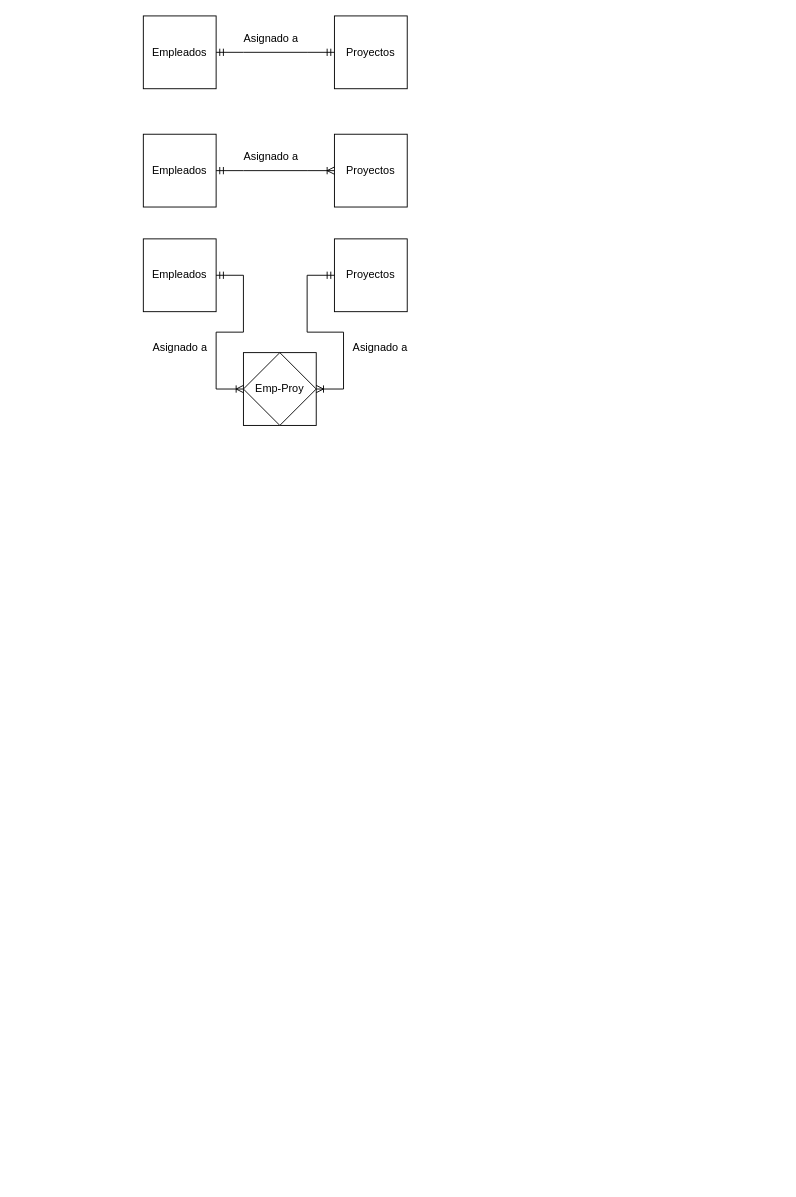
This is Ejercicio1.drawio from Daniel-Ceriana/BD1, a draw.io file, before an edit. Source tidied: cells renumbered, new cells numbered last; positions are measured from the earlier drawing's top-left corner, leaving out a move shared by most shapes. Both pictures are drawn from the tidied source at 91%, with x=0, y=0 at pixel (143, 15).
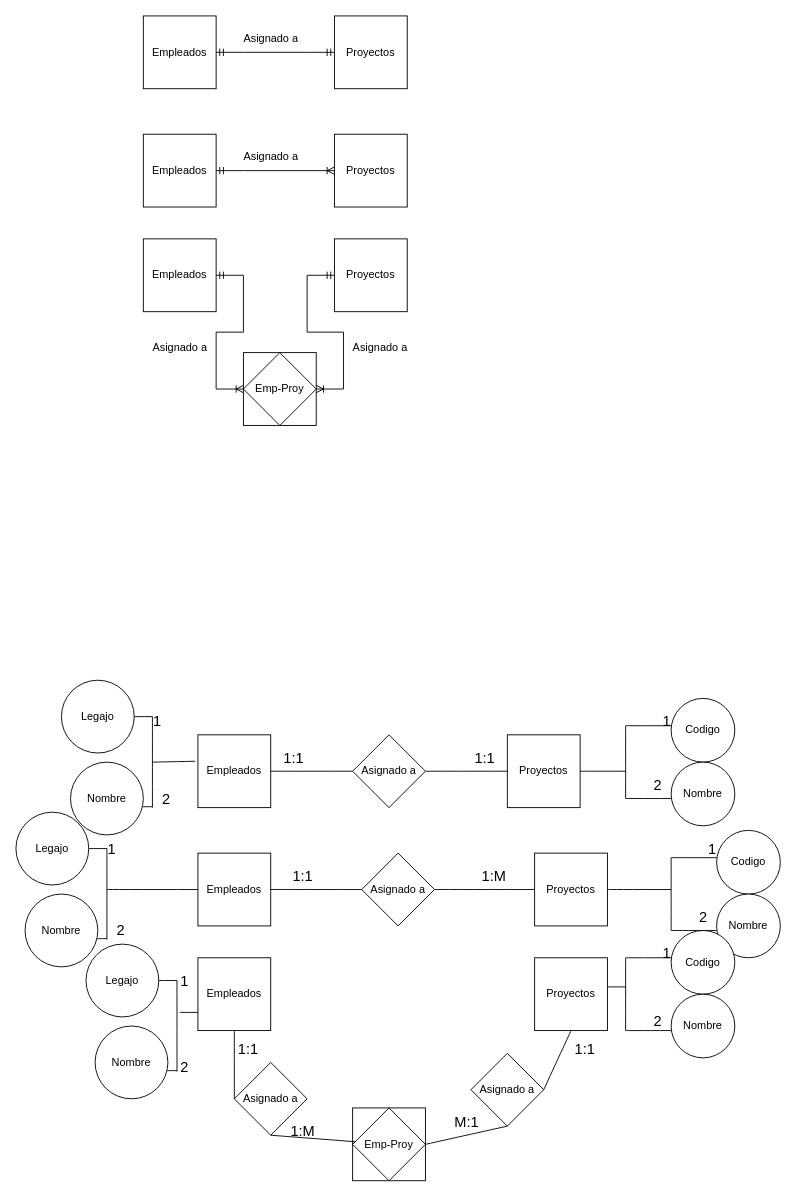
The same page after the edit.

Change to the diagram source:
```diff
@@
+    <mxCell id="18" value="Proyectos" style="whiteSpace=wrap;html=1;" parent="1" vertex="1">
+      <mxGeometry x="400" y="790" width="80" height="80" as="geometry" />
+    </mxCell>
+    <mxCell id="19" value="Empleados" style="whiteSpace=wrap;html=1;" parent="1" vertex="1">
+      <mxGeometry x="60" y="790" width="80" height="80" as="geometry" />
+    </mxCell>
+    <mxCell id="20" value="Proyectos" style="whiteSpace=wrap;html=1;" parent="1" vertex="1">
+      <mxGeometry x="430" y="920" width="80" height="80" as="geometry" />
+    </mxCell>
+    <mxCell id="21" value="Empleados" style="whiteSpace=wrap;html=1;" parent="1" vertex="1">
+      <mxGeometry x="60" y="920" width="80" height="80" as="geometry" />
+    </mxCell>
+    <mxCell id="22" value="Proyectos" style="whiteSpace=wrap;html=1;" parent="1" vertex="1">
+      <mxGeometry x="430" y="1035" width="80" height="80" as="geometry" />
+    </mxCell>
+    <mxCell id="23" value="Empleados" style="whiteSpace=wrap;html=1;" parent="1" vertex="1">
+      <mxGeometry x="60" y="1035" width="80" height="80" as="geometry" />
+    </mxCell>
+    <mxCell id="24" style="whiteSpace=wrap;html=1;" parent="1" vertex="1">
+      <mxGeometry x="230" y="1200" width="80" height="80" as="geometry" />
+    </mxCell>
+    <mxCell id="25" value="Emp-Proy" style="rhombus;whiteSpace=wrap;html=1;" parent="1" vertex="1">
+      <mxGeometry x="230" y="1200" width="80" height="80" as="geometry" />
+    </mxCell>
+    <mxCell id="26" value="Asignado a" style="rhombus;whiteSpace=wrap;html=1;" parent="1" vertex="1">
+      <mxGeometry x="230" y="790" width="80" height="80" as="geometry" />
+    </mxCell>
+    <mxCell id="27" value="Asignado a" style="rhombus;whiteSpace=wrap;html=1;" parent="1" vertex="1">
+      <mxGeometry x="100" y="1150" width="80" height="80" as="geometry" />
+    </mxCell>
+    <mxCell id="28" value="Asignado a" style="rhombus;whiteSpace=wrap;html=1;" parent="1" vertex="1">
+      <mxGeometry x="360" y="1140" width="80" height="80" as="geometry" />
+    </mxCell>
+    <mxCell id="29" value="Asignado a" style="rhombus;whiteSpace=wrap;html=1;" parent="1" vertex="1">
+      <mxGeometry x="240" y="920" width="80" height="80" as="geometry" />
+    </mxCell>
+    <mxCell id="30" style="endArrow=none;html=1;rounded=0;fontSize=12;startSize=8;endSize=8;curved=1;exitX=1;exitY=0.5;exitDx=0;exitDy=0;entryX=0;entryY=0.5;entryDx=0;entryDy=0;" parent="1" edge="1" source="19" target="26">
+      <mxGeometry relative="1" as="geometry" />
+    </mxCell>
+    <mxCell id="31" style="endArrow=none;html=1;rounded=0;fontSize=12;startSize=8;endSize=8;curved=1;exitX=1;exitY=0.5;exitDx=0;exitDy=0;entryX=0;entryY=0.5;entryDx=0;entryDy=0;" parent="1" edge="1" source="26" target="18">
+      <mxGeometry relative="1" as="geometry" />
+    </mxCell>
+    <mxCell id="32" value="1:1" style="text;html=1;align=center;verticalAlign=middle;strokeColor=none;fillColor=none;fontSize=16;" parent="1" vertex="1">
+      <mxGeometry x="140" y="800" width="50" height="30" as="geometry" />
+    </mxCell>
+    <mxCell id="33" value="1:1" style="text;html=1;align=center;verticalAlign=middle;strokeColor=none;fillColor=none;fontSize=16;" parent="1" vertex="1">
+      <mxGeometry x="350" y="800" width="50" height="30" as="geometry" />
+    </mxCell>
+    <mxCell id="34" value="1:1" style="text;html=1;align=center;verticalAlign=middle;strokeColor=none;fillColor=none;fontSize=16;" parent="1" vertex="1">
+      <mxGeometry x="150" y="930" width="50" height="30" as="geometry" />
+    </mxCell>
+    <mxCell id="35" value="1:M" style="text;html=1;align=center;verticalAlign=middle;strokeColor=none;fillColor=none;fontSize=16;" parent="1" vertex="1">
+      <mxGeometry x="360" y="930" width="50" height="30" as="geometry" />
+    </mxCell>
+    <mxCell id="36" style="endArrow=none;html=1;rounded=0;fontSize=12;startSize=8;endSize=8;curved=1;exitX=1;exitY=0.5;exitDx=0;exitDy=0;entryX=0;entryY=0.5;entryDx=0;entryDy=0;" parent="1" edge="1" source="21" target="29">
+      <mxGeometry relative="1" as="geometry" />
+    </mxCell>
+    <mxCell id="37" style="endArrow=none;html=1;rounded=0;fontSize=12;startSize=8;endSize=8;curved=1;exitX=1;exitY=0.5;exitDx=0;exitDy=0;entryX=0;entryY=0.5;entryDx=0;entryDy=0;" parent="1" edge="1" source="29" target="20">
+      <mxGeometry relative="1" as="geometry" />
+    </mxCell>
+    <mxCell id="38" value="M:1" style="text;html=1;align=center;verticalAlign=middle;strokeColor=none;fillColor=none;fontSize=16;" parent="1" vertex="1">
+      <mxGeometry x="330" y="1200" width="50" height="30" as="geometry" />
+    </mxCell>
+    <mxCell id="39" value="1:M" style="text;html=1;align=center;verticalAlign=middle;strokeColor=none;fillColor=none;fontSize=16;" parent="1" vertex="1">
+      <mxGeometry x="150" y="1210" width="50" height="30" as="geometry" />
+    </mxCell>
+    <mxCell id="40" style="endArrow=none;html=1;rounded=0;fontSize=12;startSize=8;endSize=8;curved=1;exitX=0.5;exitY=1;exitDx=0;exitDy=0;entryX=0;entryY=0.5;entryDx=0;entryDy=0;" parent="1" edge="1" source="23" target="27">
+      <mxGeometry relative="1" as="geometry" />
+    </mxCell>
+    <mxCell id="41" value="1:1" style="text;html=1;align=center;verticalAlign=middle;strokeColor=none;fillColor=none;fontSize=16;" parent="1" vertex="1">
+      <mxGeometry x="90" y="1120" width="50" height="30" as="geometry" />
+    </mxCell>
+    <mxCell id="42" value="1:1" style="text;html=1;align=center;verticalAlign=middle;strokeColor=none;fillColor=none;fontSize=16;" parent="1" vertex="1">
+      <mxGeometry x="460" y="1120" width="50" height="30" as="geometry" />
+    </mxCell>
+    <mxCell id="43" style="endArrow=none;html=1;rounded=0;fontSize=12;startSize=8;endSize=8;curved=1;exitX=0.5;exitY=1;exitDx=0;exitDy=0;" parent="1" edge="1" source="27" target="25">
+      <mxGeometry relative="1" as="geometry" />
+    </mxCell>
+    <mxCell id="44" style="endArrow=none;html=1;rounded=0;fontSize=12;startSize=8;endSize=8;curved=1;exitX=1;exitY=0.5;exitDx=0;exitDy=0;entryX=0.5;entryY=1;entryDx=0;entryDy=0;" parent="1" edge="1" source="25" target="28">
+      <mxGeometry relative="1" as="geometry" />
+    </mxCell>
+    <mxCell id="45" style="endArrow=none;html=1;rounded=0;fontSize=12;startSize=8;endSize=8;curved=1;exitX=0.5;exitY=1;exitDx=0;exitDy=0;entryX=1;entryY=0.5;entryDx=0;entryDy=0;" parent="1" edge="1" source="22" target="28">
+      <mxGeometry relative="1" as="geometry" />
+    </mxCell>
+    <mxCell id="46" value="Codigo" style="ellipse;whiteSpace=wrap;html=1;" parent="1" vertex="1">
+      <mxGeometry x="580" y="750" width="70" height="70" as="geometry" />
+    </mxCell>
+    <mxCell id="47" value="Nombre" style="ellipse;whiteSpace=wrap;html=1;" parent="1" vertex="1">
+      <mxGeometry x="580" y="820" width="70" height="70" as="geometry" />
+    </mxCell>
+    <mxCell id="48" value="Legajo" style="ellipse;whiteSpace=wrap;html=1;" parent="1" vertex="1">
+      <mxGeometry x="-90" y="730" width="80" height="80" as="geometry" />
+    </mxCell>
+    <mxCell id="49" value="Nombre" style="ellipse;whiteSpace=wrap;html=1;" parent="1" vertex="1">
+      <mxGeometry x="-80" y="820" width="80" height="80" as="geometry" />
+    </mxCell>
+    <mxCell id="50" style="endArrow=none;html=1;rounded=0;fontSize=12;startSize=8;endSize=8;curved=1;entryX=-0.037;entryY=0.363;entryDx=0;entryDy=0;entryPerimeter=0;" parent="1" edge="1" target="19">
+      <mxGeometry relative="1" as="geometry">
+        <mxPoint x="10" y="820" as="sourcePoint" />
+      </mxGeometry>
+    </mxCell>
+    <mxCell id="51" style="endArrow=none;html=1;rounded=0;fontSize=12;startSize=8;endSize=8;curved=1;" parent="1" edge="1">
+      <mxGeometry relative="1" as="geometry">
+        <mxPoint x="10" y="770" as="sourcePoint" />
+        <mxPoint x="10" y="870" as="targetPoint" />
+      </mxGeometry>
+    </mxCell>
+    <mxCell id="52" style="endArrow=none;html=1;rounded=0;fontSize=12;startSize=8;endSize=8;curved=1;exitX=1;exitY=0.5;exitDx=0;exitDy=0;" parent="1" edge="1" source="48">
+      <mxGeometry relative="1" as="geometry">
+        <mxPoint x="10" y="770" as="targetPoint" />
+      </mxGeometry>
+    </mxCell>
+    <mxCell id="53" style="endArrow=none;html=1;rounded=0;fontSize=12;startSize=8;endSize=8;curved=1;exitX=0.988;exitY=0.613;exitDx=0;exitDy=0;exitPerimeter=0;" parent="1" edge="1" source="49">
+      <mxGeometry relative="1" as="geometry">
+        <mxPoint x="10" y="869" as="targetPoint" />
+      </mxGeometry>
+    </mxCell>
+    <mxCell id="54" value="Legajo" style="ellipse;whiteSpace=wrap;html=1;" parent="1" vertex="1">
+      <mxGeometry x="-140" y="875" width="80" height="80" as="geometry" />
+    </mxCell>
+    <mxCell id="55" value="Nombre" style="ellipse;whiteSpace=wrap;html=1;" parent="1" vertex="1">
+      <mxGeometry x="-130" y="965" width="80" height="80" as="geometry" />
+    </mxCell>
+    <mxCell id="56" style="endArrow=none;html=1;rounded=0;fontSize=12;startSize=8;endSize=8;curved=1;" parent="1" edge="1">
+      <mxGeometry relative="1" as="geometry">
+        <mxPoint x="-40" y="915" as="sourcePoint" />
+        <mxPoint x="-40" y="1015" as="targetPoint" />
+      </mxGeometry>
+    </mxCell>
+    <mxCell id="57" style="endArrow=none;html=1;rounded=0;fontSize=12;startSize=8;endSize=8;curved=1;exitX=1;exitY=0.5;exitDx=0;exitDy=0;" parent="1" edge="1" source="54">
+      <mxGeometry relative="1" as="geometry">
+        <mxPoint x="-40" y="915" as="targetPoint" />
+      </mxGeometry>
+    </mxCell>
+    <mxCell id="58" style="endArrow=none;html=1;rounded=0;fontSize=12;startSize=8;endSize=8;curved=1;exitX=0.988;exitY=0.613;exitDx=0;exitDy=0;exitPerimeter=0;" parent="1" edge="1" source="55">
+      <mxGeometry relative="1" as="geometry">
+        <mxPoint x="-40" y="1014" as="targetPoint" />
+      </mxGeometry>
+    </mxCell>
+    <mxCell id="59" value="Legajo" style="ellipse;whiteSpace=wrap;html=1;" parent="1" vertex="1">
+      <mxGeometry x="-63" y="1020" width="80" height="80" as="geometry" />
+    </mxCell>
+    <mxCell id="60" value="Nombre" style="ellipse;whiteSpace=wrap;html=1;" parent="1" vertex="1">
+      <mxGeometry x="-53" y="1110" width="80" height="80" as="geometry" />
+    </mxCell>
+    <mxCell id="61" style="endArrow=none;html=1;rounded=0;fontSize=12;startSize=8;endSize=8;curved=1;" parent="1" edge="1">
+      <mxGeometry relative="1" as="geometry">
+        <mxPoint x="37" y="1060" as="sourcePoint" />
+        <mxPoint x="37" y="1160" as="targetPoint" />
+      </mxGeometry>
+    </mxCell>
+    <mxCell id="62" style="endArrow=none;html=1;rounded=0;fontSize=12;startSize=8;endSize=8;curved=1;exitX=1;exitY=0.5;exitDx=0;exitDy=0;" parent="1" edge="1" source="59">
+      <mxGeometry relative="1" as="geometry">
+        <mxPoint x="37" y="1060" as="targetPoint" />
+      </mxGeometry>
+    </mxCell>
+    <mxCell id="63" style="endArrow=none;html=1;rounded=0;fontSize=12;startSize=8;endSize=8;curved=1;exitX=0.988;exitY=0.613;exitDx=0;exitDy=0;exitPerimeter=0;" parent="1" edge="1" source="60">
+      <mxGeometry relative="1" as="geometry">
+        <mxPoint x="37" y="1159" as="targetPoint" />
+      </mxGeometry>
+    </mxCell>
+    <mxCell id="64" style="endArrow=none;html=1;rounded=0;fontSize=12;startSize=8;endSize=8;curved=1;entryX=0;entryY=0.5;entryDx=0;entryDy=0;" parent="1" edge="1" target="21">
+      <mxGeometry relative="1" as="geometry">
+        <mxPoint x="-40" y="960" as="sourcePoint" />
+      </mxGeometry>
+    </mxCell>
+    <mxCell id="65" style="endArrow=none;html=1;rounded=0;fontSize=12;startSize=8;endSize=8;curved=1;entryX=0;entryY=0.75;entryDx=0;entryDy=0;" parent="1" edge="1" target="23">
+      <mxGeometry relative="1" as="geometry">
+        <mxPoint x="40" y="1095" as="sourcePoint" />
+      </mxGeometry>
+    </mxCell>
+    <mxCell id="66" style="endArrow=none;html=1;rounded=0;fontSize=12;startSize=8;endSize=8;curved=1;exitX=1;exitY=0.5;exitDx=0;exitDy=0;" parent="1" edge="1" source="18">
+      <mxGeometry relative="1" as="geometry">
+        <mxPoint x="530" y="830" as="targetPoint" />
+      </mxGeometry>
+    </mxCell>
+    <mxCell id="67" style="endArrow=none;html=1;rounded=0;fontSize=12;startSize=8;endSize=8;curved=1;" parent="1" edge="1">
+      <mxGeometry relative="1" as="geometry">
+        <mxPoint x="530" y="780" as="sourcePoint" />
+        <mxPoint x="530" y="860" as="targetPoint" />
+      </mxGeometry>
+    </mxCell>
+    <mxCell id="68" style="endArrow=none;html=1;rounded=0;fontSize=12;startSize=8;endSize=8;curved=1;" parent="1" edge="1">
+      <mxGeometry relative="1" as="geometry">
+        <mxPoint x="530" y="860" as="sourcePoint" />
+        <mxPoint x="580" y="860" as="targetPoint" />
+      </mxGeometry>
+    </mxCell>
+    <mxCell id="69" style="endArrow=none;html=1;rounded=0;fontSize=12;startSize=8;endSize=8;curved=1;" parent="1" edge="1">
+      <mxGeometry relative="1" as="geometry">
+        <mxPoint x="530" y="780" as="sourcePoint" />
+        <mxPoint x="580" y="780" as="targetPoint" />
+      </mxGeometry>
+    </mxCell>
+    <mxCell id="70" value="Codigo" style="ellipse;whiteSpace=wrap;html=1;" parent="1" vertex="1">
+      <mxGeometry x="630" y="895" width="70" height="70" as="geometry" />
+    </mxCell>
+    <mxCell id="71" value="Nombre" style="ellipse;whiteSpace=wrap;html=1;" parent="1" vertex="1">
+      <mxGeometry x="630" y="965" width="70" height="70" as="geometry" />
+    </mxCell>
+    <mxCell id="72" style="endArrow=none;html=1;rounded=0;fontSize=12;startSize=8;endSize=8;curved=1;" parent="1" edge="1">
+      <mxGeometry relative="1" as="geometry">
+        <mxPoint x="580" y="925" as="sourcePoint" />
+        <mxPoint x="580" y="1005" as="targetPoint" />
+      </mxGeometry>
+    </mxCell>
+    <mxCell id="73" style="endArrow=none;html=1;rounded=0;fontSize=12;startSize=8;endSize=8;curved=1;" parent="1" edge="1">
+      <mxGeometry relative="1" as="geometry">
+        <mxPoint x="580" y="1005" as="sourcePoint" />
+        <mxPoint x="630" y="1005" as="targetPoint" />
+      </mxGeometry>
+    </mxCell>
+    <mxCell id="74" style="endArrow=none;html=1;rounded=0;fontSize=12;startSize=8;endSize=8;curved=1;" parent="1" edge="1">
+      <mxGeometry relative="1" as="geometry">
+        <mxPoint x="580" y="925" as="sourcePoint" />
+        <mxPoint x="630" y="925" as="targetPoint" />
+      </mxGeometry>
+    </mxCell>
+    <mxCell id="75" value="Codigo" style="ellipse;whiteSpace=wrap;html=1;" parent="1" vertex="1">
+      <mxGeometry x="580" y="1005" width="70" height="70" as="geometry" />
+    </mxCell>
+    <mxCell id="76" value="Nombre" style="ellipse;whiteSpace=wrap;html=1;" parent="1" vertex="1">
+      <mxGeometry x="580" y="1075" width="70" height="70" as="geometry" />
+    </mxCell>
+    <mxCell id="77" style="endArrow=none;html=1;rounded=0;fontSize=12;startSize=8;endSize=8;curved=1;" parent="1" edge="1">
+      <mxGeometry relative="1" as="geometry">
+        <mxPoint x="530" y="1035" as="sourcePoint" />
+        <mxPoint x="530" y="1115" as="targetPoint" />
+      </mxGeometry>
+    </mxCell>
+    <mxCell id="78" style="endArrow=none;html=1;rounded=0;fontSize=12;startSize=8;endSize=8;curved=1;" parent="1" edge="1">
+      <mxGeometry relative="1" as="geometry">
+        <mxPoint x="530" y="1115" as="sourcePoint" />
+        <mxPoint x="580" y="1115" as="targetPoint" />
+      </mxGeometry>
+    </mxCell>
+    <mxCell id="79" style="endArrow=none;html=1;rounded=0;fontSize=12;startSize=8;endSize=8;curved=1;" parent="1" edge="1">
+      <mxGeometry relative="1" as="geometry">
+        <mxPoint x="530" y="1035" as="sourcePoint" />
+        <mxPoint x="580" y="1035" as="targetPoint" />
+      </mxGeometry>
+    </mxCell>
+    <mxCell id="80" style="endArrow=none;html=1;rounded=0;fontSize=12;startSize=8;endSize=8;curved=1;exitX=1;exitY=0.5;exitDx=0;exitDy=0;" parent="1" edge="1" source="20">
+      <mxGeometry relative="1" as="geometry">
+        <mxPoint x="580" y="960" as="targetPoint" />
+      </mxGeometry>
+    </mxCell>
+    <mxCell id="81" style="endArrow=none;html=1;rounded=0;fontSize=12;startSize=8;endSize=8;curved=1;exitX=1;exitY=0.4;exitDx=0;exitDy=0;exitPerimeter=0;" parent="1" edge="1" source="22">
+      <mxGeometry relative="1" as="geometry">
+        <mxPoint x="530" y="1067" as="targetPoint" />
+      </mxGeometry>
+    </mxCell>
+    <mxCell id="82" value="1" style="text;html=1;align=center;verticalAlign=middle;strokeColor=none;fillColor=none;fontSize=16;" parent="1" vertex="1">
+      <mxGeometry y="760" width="30" height="30" as="geometry" />
+    </mxCell>
+    <mxCell id="83" value="1" style="text;html=1;align=center;verticalAlign=middle;strokeColor=none;fillColor=none;fontSize=16;" parent="1" vertex="1">
+      <mxGeometry x="-50" y="900" width="30" height="30" as="geometry" />
+    </mxCell>
+    <mxCell id="84" value="1" style="text;html=1;align=center;verticalAlign=middle;strokeColor=none;fillColor=none;fontSize=16;" parent="1" vertex="1">
+      <mxGeometry x="30" y="1045" width="30" height="30" as="geometry" />
+    </mxCell>
+    <mxCell id="85" value="1" style="text;html=1;align=center;verticalAlign=middle;strokeColor=none;fillColor=none;fontSize=16;" parent="1" vertex="1">
+      <mxGeometry x="610" y="900" width="30" height="30" as="geometry" />
+    </mxCell>
+    <mxCell id="86" value="1" style="text;html=1;align=center;verticalAlign=middle;strokeColor=none;fillColor=none;fontSize=16;" parent="1" vertex="1">
+      <mxGeometry x="560" y="760" width="30" height="30" as="geometry" />
+    </mxCell>
+    <mxCell id="87" value="1" style="text;html=1;align=center;verticalAlign=middle;strokeColor=none;fillColor=none;fontSize=16;" parent="1" vertex="1">
+      <mxGeometry x="560" y="1015" width="30" height="30" as="geometry" />
+    </mxCell>
+    <mxCell id="88" value="2" style="text;html=1;align=center;verticalAlign=middle;strokeColor=none;fillColor=none;fontSize=16;" parent="1" vertex="1">
+      <mxGeometry x="10" y="845" width="30" height="30" as="geometry" />
+    </mxCell>
+    <mxCell id="89" value="2" style="text;html=1;align=center;verticalAlign=middle;strokeColor=none;fillColor=none;fontSize=16;" parent="1" vertex="1">
+      <mxGeometry x="-40" y="990" width="30" height="30" as="geometry" />
+    </mxCell>
+    <mxCell id="90" value="2" style="text;html=1;align=center;verticalAlign=middle;strokeColor=none;fillColor=none;fontSize=16;" parent="1" vertex="1">
+      <mxGeometry x="30" y="1140" width="30" height="30" as="geometry" />
+    </mxCell>
+    <mxCell id="91" value="2" style="text;html=1;align=center;verticalAlign=middle;strokeColor=none;fillColor=none;fontSize=16;" parent="1" vertex="1">
+      <mxGeometry x="550" y="1090" width="30" height="30" as="geometry" />
+    </mxCell>
+    <mxCell id="92" value="2" style="text;html=1;align=center;verticalAlign=middle;strokeColor=none;fillColor=none;fontSize=16;" parent="1" vertex="1">
+      <mxGeometry x="600" y="975" width="30" height="30" as="geometry" />
+    </mxCell>
+    <mxCell id="93" value="2" style="text;html=1;align=center;verticalAlign=middle;strokeColor=none;fillColor=none;fontSize=16;" parent="1" vertex="1">
+      <mxGeometry x="550" y="830" width="30" height="30" as="geometry" />
+    </mxCell>
```
